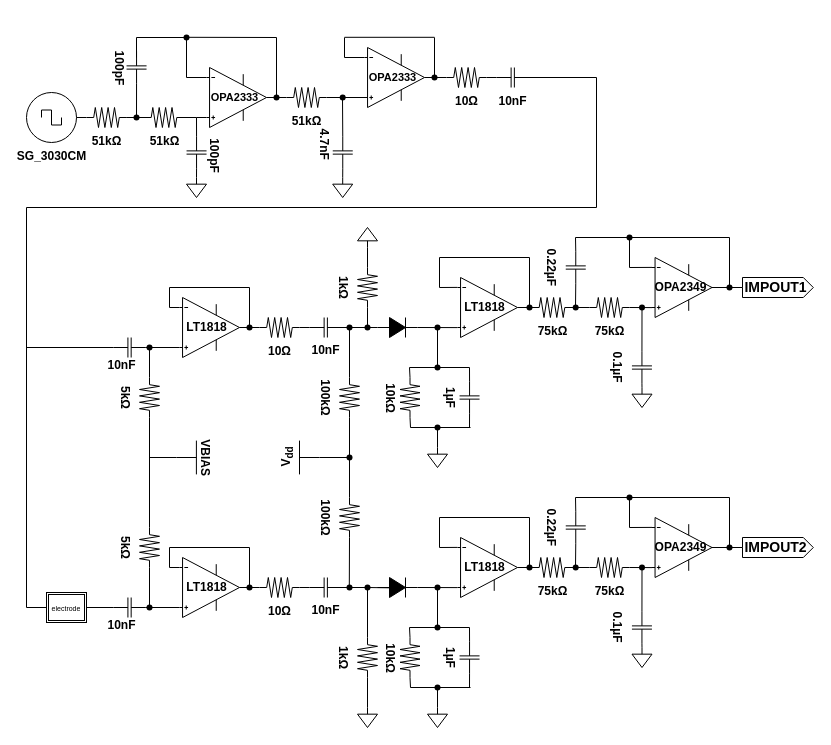
10matcho27/drawio_figure keeps this draw.io diagram as SensorCircuit.drawio. Above is the earlier version. Source tidied: cells renumbered, new cells numbered last; positions are measured from the earlier drawing's top-left corner, leaving out a move shared by most shapes. Both pictures are drawn from the tidied source at 100%, with x=0, y=0 at pixel (26, 17).
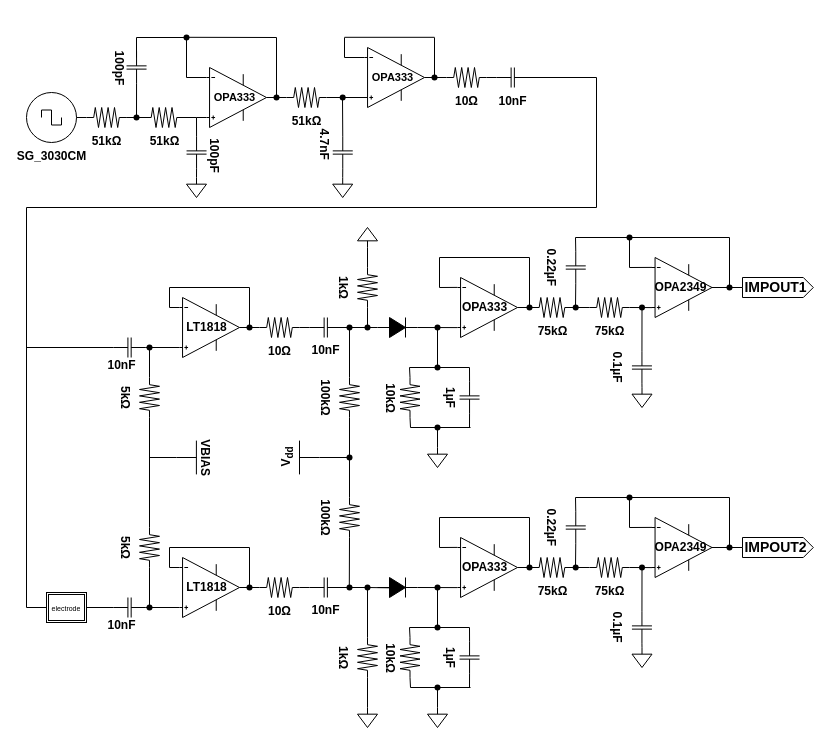
The same page after the edit.

What changed in the source:
```diff
@@
-    <mxCell id="11" value="&lt;b style=&quot;font-size: 11px;&quot;&gt;OPA2333&lt;/b&gt;" style="verticalLabelPosition=middle;shadow=0;dashed=0;align=center;html=1;verticalAlign=middle;shape=mxgraph.electrical.abstract.operational_amp_1;rotation=0;spacingTop=0;labelPosition=center;fontSize=11;spacingLeft=0;spacingRight=5;" parent="1" vertex="1">
+    <mxCell id="11" value="&lt;b style=&quot;font-size: 11px&quot;&gt;OPA333&lt;/b&gt;" style="verticalLabelPosition=middle;shadow=0;dashed=0;align=center;html=1;verticalAlign=middle;shape=mxgraph.electrical.abstract.operational_amp_1;rotation=0;spacingTop=0;labelPosition=center;fontSize=11;spacingLeft=0;spacingRight=5;" parent="1" vertex="1">
       <mxGeometry x="180" y="50" width="60" height="60" as="geometry" />
     </mxCell>
@@
-    <mxCell id="41" value="&lt;b style=&quot;font-size: 11px;&quot;&gt;OPA2333&lt;/b&gt;" style="verticalLabelPosition=middle;shadow=0;dashed=0;align=center;html=1;verticalAlign=middle;shape=mxgraph.electrical.abstract.operational_amp_1;rotation=0;spacingTop=0;labelPosition=center;fontSize=11;spacingLeft=0;spacingRight=5;" parent="1" vertex="1">
+    <mxCell id="41" value="&lt;b style=&quot;font-size: 11px&quot;&gt;OPA333&lt;/b&gt;" style="verticalLabelPosition=middle;shadow=0;dashed=0;align=center;html=1;verticalAlign=middle;shape=mxgraph.electrical.abstract.operational_amp_1;rotation=0;spacingTop=0;labelPosition=center;fontSize=11;spacingLeft=0;spacingRight=5;" parent="1" vertex="1">
       <mxGeometry x="338" y="30" width="60" height="60" as="geometry" />
     </mxCell>
@@
-    <mxCell id="97" value="&lt;b&gt;LT1818&lt;/b&gt;" style="verticalLabelPosition=middle;shadow=0;dashed=0;align=center;html=1;verticalAlign=middle;shape=mxgraph.electrical.abstract.operational_amp_1;rotation=0;labelPosition=center;spacingRight=7;" parent="1" vertex="1">
+    <mxCell id="97" value="&lt;b&gt;OPA333&lt;/b&gt;" style="verticalLabelPosition=middle;shadow=0;dashed=0;align=center;html=1;verticalAlign=middle;shape=mxgraph.electrical.abstract.operational_amp_1;rotation=0;labelPosition=center;spacingRight=7;" parent="1" vertex="1">
       <mxGeometry x="431" y="260" width="60" height="60" as="geometry" />
     </mxCell>
@@
-    <mxCell id="168" value="&lt;b&gt;LT1818&lt;/b&gt;" style="verticalLabelPosition=middle;shadow=0;dashed=0;align=center;html=1;verticalAlign=middle;shape=mxgraph.electrical.abstract.operational_amp_1;rotation=0;labelPosition=center;spacingRight=7;" parent="1" vertex="1">
+    <mxCell id="168" value="&lt;b&gt;OPA333&lt;/b&gt;" style="verticalLabelPosition=middle;shadow=0;dashed=0;align=center;html=1;verticalAlign=middle;shape=mxgraph.electrical.abstract.operational_amp_1;rotation=0;labelPosition=center;spacingRight=7;" parent="1" vertex="1">
       <mxGeometry x="431" y="520" width="60" height="60" as="geometry" />
     </mxCell>
```
